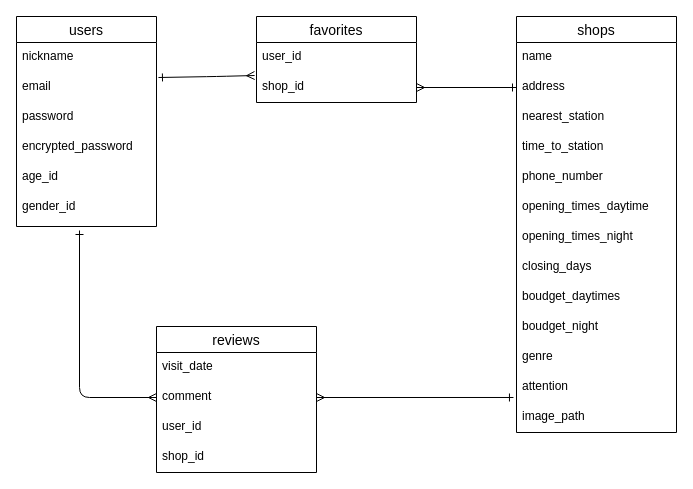
Before: page "ページ1" (1 of 2) of test.dio in kiki2613/withpet, a draw.io diagram. Source tidied: cells renumbered, new cells numbered last; positions are measured from the earlier drawing's top-left corner, leaving out a move shared by most shapes. Both pictures are drawn from the tidied source at 100%, with x=0, y=0 at pixel (16, 16).
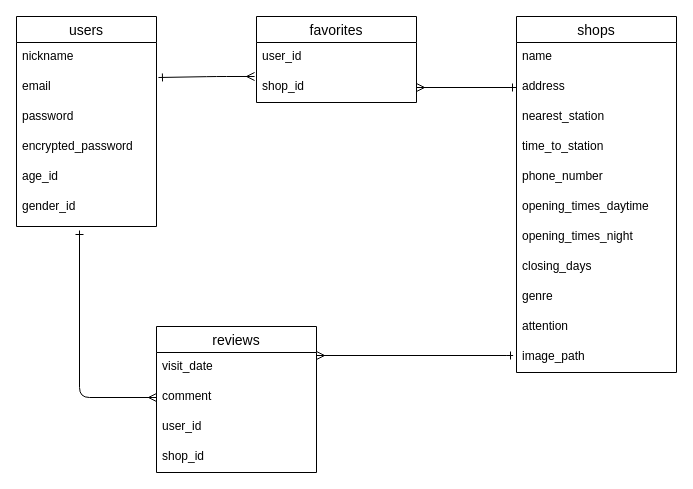
After the change.

Unchanged cells that the change refers to:
```xml
<mxCell id="4" value="email" style="text;strokeColor=none;fillColor=none;spacingLeft=4;spacingRight=4;overflow=hidden;points=[[0,0.5],[1,0.5]];portConstraint=eastwest;fontSize=12;" parent="2" vertex="1">
  <mxGeometry y="56" width="140" height="30" as="geometry" />
</mxCell>
<mxCell id="25" value="shop_id" style="text;strokeColor=none;fillColor=none;spacingLeft=4;spacingRight=4;overflow=hidden;points=[[0,0.5],[1,0.5]];portConstraint=eastwest;fontSize=12;" parent="23" vertex="1">
  <mxGeometry y="56" width="160" height="30" as="geometry" />
</mxCell>
<mxCell id="27" value="visit_date" style="text;strokeColor=none;fillColor=none;spacingLeft=4;spacingRight=4;overflow=hidden;points=[[0,0.5],[1,0.5]];portConstraint=eastwest;fontSize=12;" parent="26" vertex="1">
  <mxGeometry y="26" width="160" height="30" as="geometry" />
</mxCell>
<mxCell id="28" value="comment" style="text;strokeColor=none;fillColor=none;spacingLeft=4;spacingRight=4;overflow=hidden;points=[[0,0.5],[1,0.5]];portConstraint=eastwest;fontSize=12;" parent="26" vertex="1">
  <mxGeometry y="56" width="160" height="30" as="geometry" />
</mxCell>
```

Diff of the diagram source:
```diff
@@
     <mxCell id="9" value="shops" style="swimlane;fontStyle=0;horizontal=1;startSize=26;align=center;fontSize=14;" parent="1" vertex="1">
-      <mxGeometry x="500" width="160" height="416" as="geometry" />
+      <mxGeometry x="500" width="160" height="356" as="geometry" />
     </mxCell>
@@
-    <mxCell id="18" value="boudget_daytimes" style="text;strokeColor=none;fillColor=none;spacingLeft=4;spacingRight=4;overflow=hidden;fontSize=12;" parent="9" vertex="1">
-      <mxGeometry y="266" width="160" height="30" as="geometry" />
-    </mxCell>
-    <mxCell id="19" value="boudget_night" style="text;strokeColor=none;fillColor=none;spacingLeft=4;spacingRight=4;overflow=hidden;fontSize=12;" parent="9" vertex="1">
-      <mxGeometry y="296" width="160" height="30" as="geometry" />
-    </mxCell>
     <mxCell id="20" value="genre" style="text;strokeColor=none;fillColor=none;spacingLeft=4;spacingRight=4;overflow=hidden;fontSize=12;" parent="9" vertex="1">
-      <mxGeometry y="326" width="160" height="30" as="geometry" />
+      <mxGeometry y="266" width="160" height="30" as="geometry" />
     </mxCell>
     <mxCell id="21" value="attention" style="text;strokeColor=none;fillColor=none;spacingLeft=4;spacingRight=4;overflow=hidden;points=[[0,0.5],[1,0.5]];portConstraint=eastwest;fontSize=12;" parent="9" vertex="1">
-      <mxGeometry y="356" width="160" height="30" as="geometry" />
+      <mxGeometry y="296" width="160" height="30" as="geometry" />
     </mxCell>
     <mxCell id="22" value="image_path" style="text;strokeColor=none;fillColor=none;spacingLeft=4;spacingRight=4;overflow=hidden;fontSize=12;" parent="9" vertex="1">
-      <mxGeometry y="386" width="160" height="30" as="geometry" />
+      <mxGeometry y="326" width="160" height="30" as="geometry" />
     </mxCell>
@@
-    <mxCell id="31" style="edgeStyle=none;html=1;entryX=-0.012;entryY=0.1;entryDx=0;entryDy=0;entryPerimeter=0;endArrow=ERmany;endFill=0;startArrow=ERone;startFill=0;exitX=1.014;exitY=0.167;exitDx=0;exitDy=0;exitPerimeter=0;" parent="1" edge="1" source="4" target="25">
+    <mxCell id="31" style="edgeStyle=none;html=1;entryX=-0.012;entryY=0.133;entryDx=0;entryDy=0;entryPerimeter=0;endArrow=ERmany;endFill=0;startArrow=ERone;startFill=0;exitX=1.014;exitY=0.167;exitDx=0;exitDy=0;exitPerimeter=0;" parent="1" edge="1" source="4" target="25">
       <mxGeometry relative="1" as="geometry">
         <Array as="points">
           <mxPoint x="200" y="60" />
         </Array>
       </mxGeometry>
     </mxCell>
@@
-    <mxCell id="34" style="edgeStyle=none;html=1;startArrow=ERmany;startFill=0;endArrow=ERone;endFill=0;entryX=-0.019;entryY=0.833;entryDx=0;entryDy=0;entryPerimeter=0;" parent="1" edge="1" source="28" target="21">
-      <mxGeometry relative="1" as="geometry" />
+    <mxCell id="34" style="edgeStyle=none;html=1;startArrow=ERmany;startFill=0;endArrow=ERone;endFill=0;exitX=1;exitY=0.1;exitDx=0;exitDy=0;exitPerimeter=0;" parent="1" edge="1" source="27">
+      <mxGeometry relative="1" as="geometry">
+        <mxPoint x="490" y="339" as="targetPoint" />
+        <Array as="points">
+          <mxPoint x="500" y="339" />
+        </Array>
+      </mxGeometry>
     </mxCell>
```
